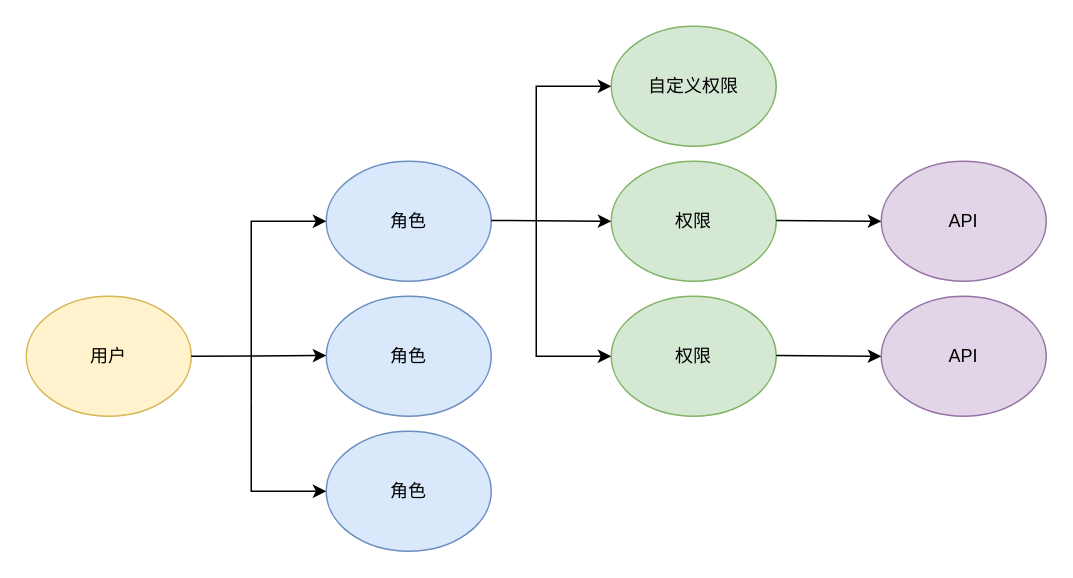
Above: doc/arthitecture/rbac.drawio in publicdevop2019/mt-auth (draw.io), before the change. Source tidied: cells renumbered, new cells numbered last; positions are measured from the earlier drawing's top-left corner, leaving out a move shared by most shapes. Both pictures are drawn from the tidied source at 150%, with x=0, y=0 at pixel (26, 26).
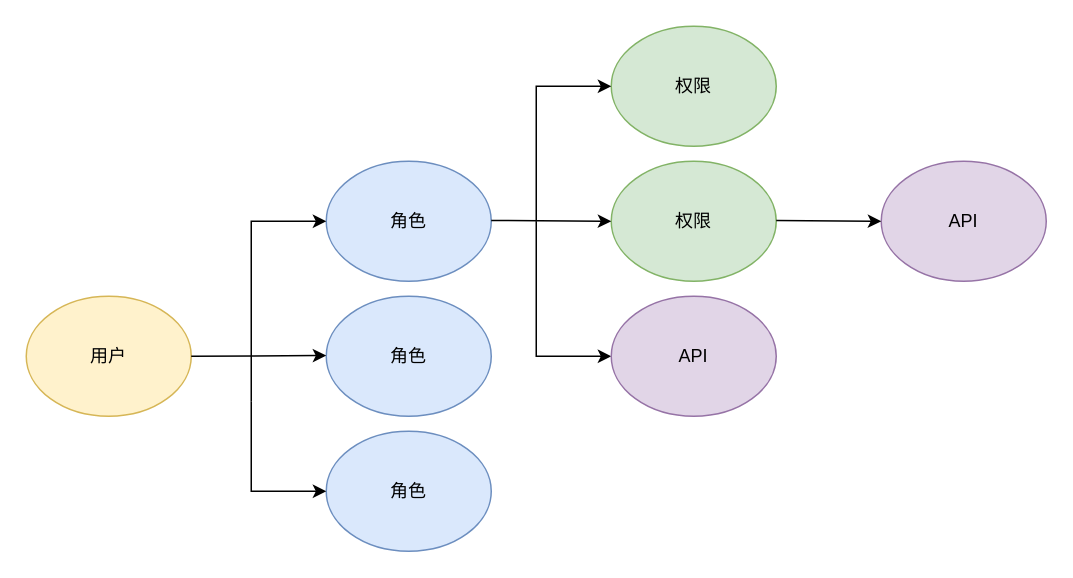
The same diagram, later.

Diff of the diagram source:
```diff
@@
-    <mxCell id="4" value="权限" style="ellipse;whiteSpace=wrap;html=1;fillColor=#d5e8d4;strokeColor=#82b366;" parent="1" vertex="1">
-      <mxGeometry x="390" y="180" width="110" height="80" as="geometry" />
-    </mxCell>
-    <mxCell id="5" value="API" style="ellipse;whiteSpace=wrap;html=1;fillColor=#e1d5e7;strokeColor=#9673a6;" parent="1" vertex="1">
-      <mxGeometry x="570" y="180" width="110" height="80" as="geometry" />
-    </mxCell>
@@
-    <mxCell id="9" value="自定义权限" style="ellipse;whiteSpace=wrap;html=1;fillColor=#d5e8d4;strokeColor=#82b366;" parent="1" vertex="1">
+    <mxCell id="9" value="权限" style="ellipse;whiteSpace=wrap;html=1;fillColor=#d5e8d4;strokeColor=#82b366;" parent="1" vertex="1">
       <mxGeometry x="390" width="110" height="80" as="geometry" />
     </mxCell>
@@
-    <mxCell id="18" style="endArrow=classic;html=1;rounded=0;entryX=0;entryY=0.5;entryDx=0;entryDy=0;" parent="1" edge="1">
-      <mxGeometry relative="1" as="geometry">
-        <mxPoint x="500" y="219.5" as="sourcePoint" />
-        <mxPoint x="570" y="220" as="targetPoint" />
-      </mxGeometry>
-    </mxCell>
+    <mxCell id="5" value="API" style="ellipse;whiteSpace=wrap;html=1;fillColor=#e1d5e7;strokeColor=#9673a6;" parent="1" vertex="1">
+      <mxGeometry x="390" y="180" width="110" height="80" as="geometry" />
+    </mxCell>
```
